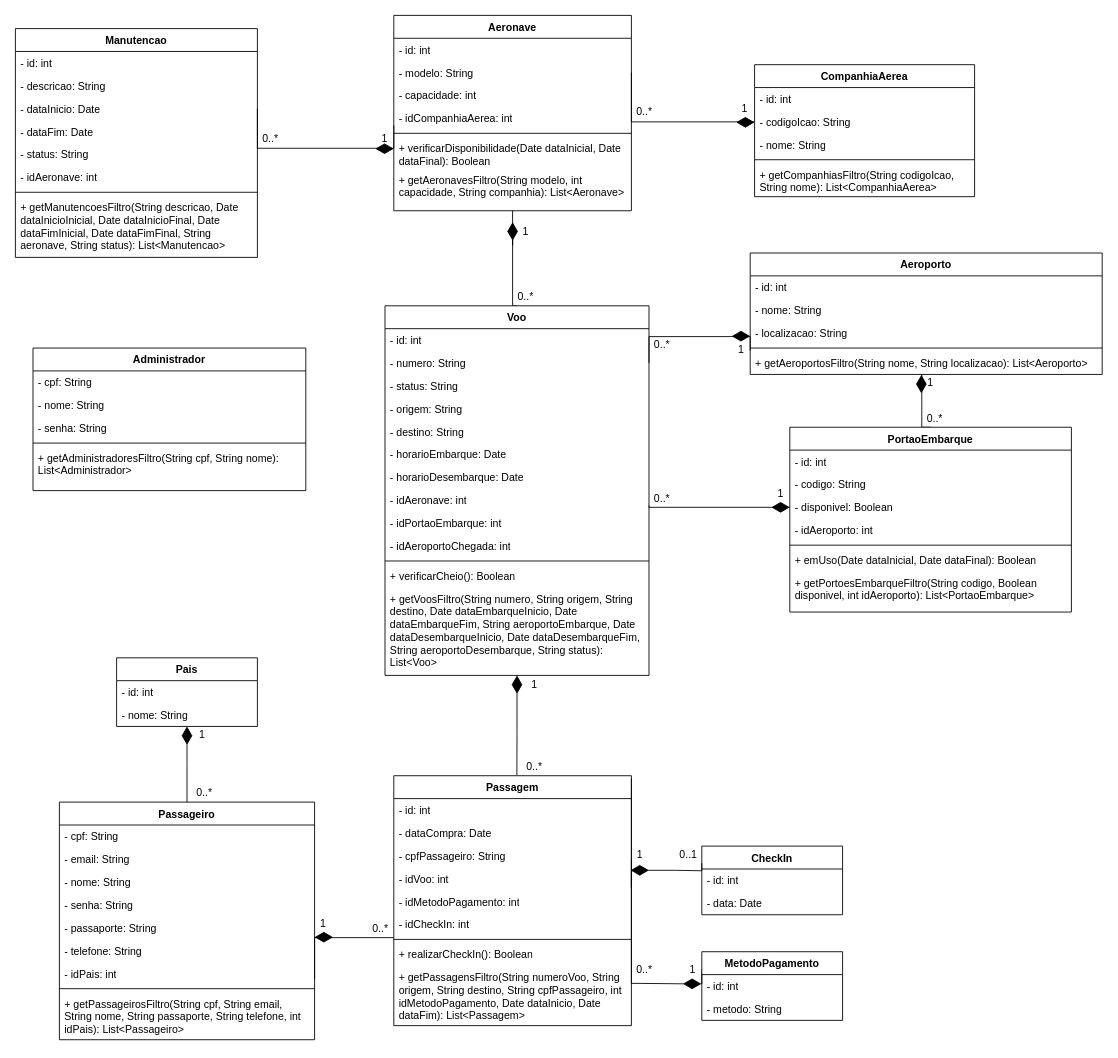
GabrielGMori/trabalho-conclus-o-ano keeps this draw.io diagram as Diagramas/Eng_de_Software/Modelos/Classes.drawio. Above is the earlier version. Source tidied: cells renumbered, new cells numbered last; positions are measured from the earlier drawing's top-left corner, leaving out a move shared by most shapes. Both pictures are drawn from the tidied source at 88%, with x=0, y=0 at pixel (15, 15).
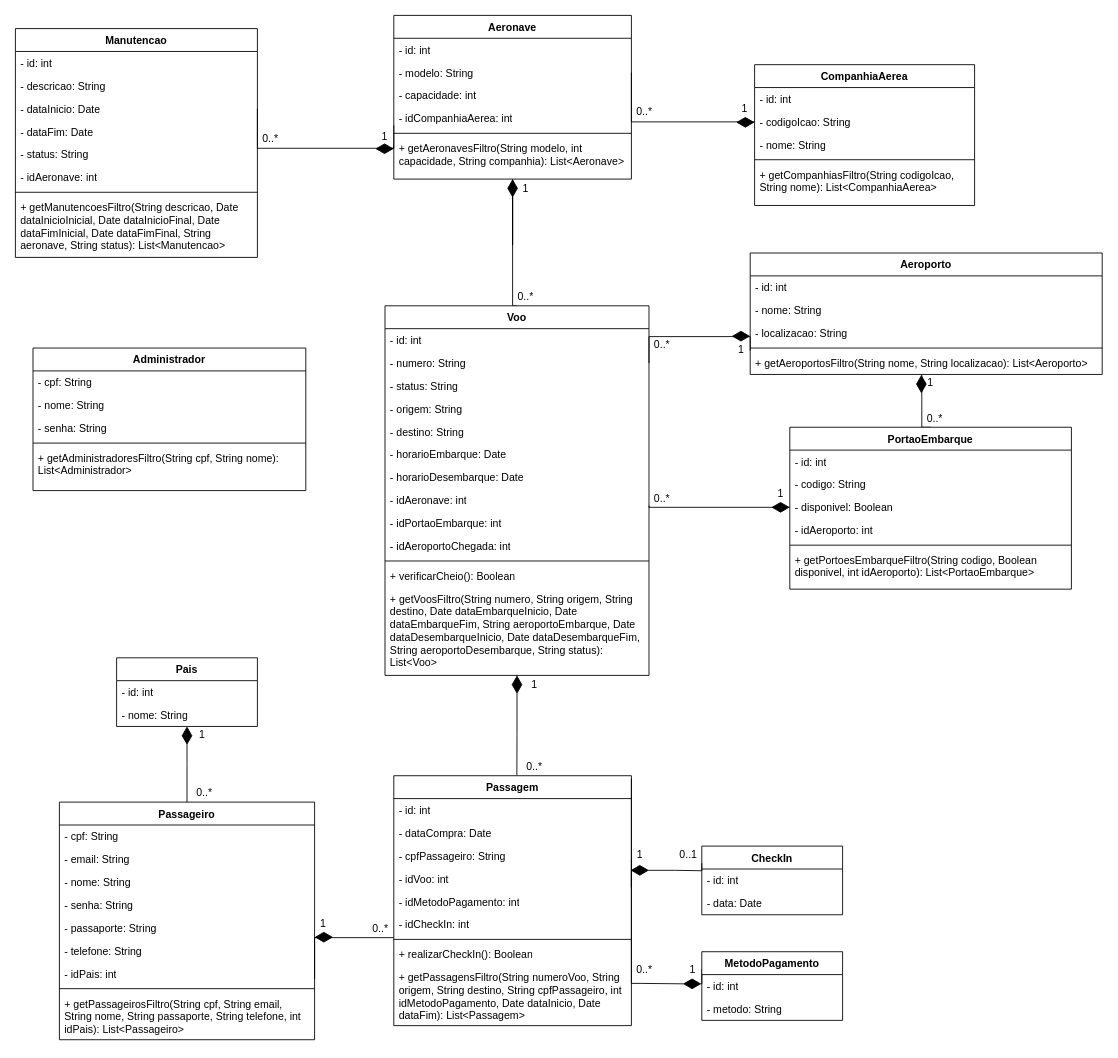
The same diagram, later.

Change to the diagram source:
```diff
@@
     <mxCell id="12" value="Aeronave" style="swimlane;fontStyle=1;align=center;verticalAlign=top;horizontal=1;startSize=26;whiteSpace=wrap;html=1;" parent="1" vertex="1">
-      <mxGeometry x="430" width="270" height="222" as="geometry" />
+      <mxGeometry x="430" width="270" height="186" as="geometry" />
     </mxCell>
@@
-    <mxCell id="18" value="+ verificarDisponibilidade(Date dataInicial, Date dataFinal): Boolean" style="text;strokeColor=none;fillColor=none;align=left;verticalAlign=top;spacingLeft=4;spacingRight=4;overflow=hidden;whiteSpace=wrap;html=1;" parent="12" vertex="1">
-      <mxGeometry y="138" width="270" height="36" as="geometry" />
-    </mxCell>
     <mxCell id="19" value="&lt;div&gt;+ &lt;font&gt;getA&lt;/font&gt;&lt;font&gt;eronavesFiltro&lt;/font&gt;(String modelo, int capacidade, String companhia): List&amp;lt;Aeronave&amp;gt;&lt;/div&gt;" style="text;strokeColor=none;fillColor=none;align=left;verticalAlign=top;spacingLeft=4;spacingRight=4;overflow=hidden;whiteSpace=wrap;html=1;" parent="12" vertex="1">
-      <mxGeometry y="174" width="270" height="48" as="geometry" />
+      <mxGeometry y="138" width="270" height="48" as="geometry" />
     </mxCell>
     <mxCell id="20" value="CompanhiaAerea" style="swimlane;fontStyle=1;align=center;verticalAlign=top;horizontal=1;startSize=26;whiteSpace=wrap;html=1;" parent="1" vertex="1">
-      <mxGeometry x="840" y="56" width="250" height="150" as="geometry" />
+      <mxGeometry x="840" y="56" width="250" height="160" as="geometry" />
     </mxCell>
@@
     <mxCell id="25" value="&lt;div&gt;+ &lt;font&gt;get&lt;/font&gt;Companhia&lt;font&gt;sFiltro&lt;/font&gt;(String codigoIcao, String nome): List&amp;lt;CompanhiaAerea&amp;gt;&lt;/div&gt;" style="text;strokeColor=none;fillColor=none;align=left;verticalAlign=top;spacingLeft=4;spacingRight=4;overflow=hidden;whiteSpace=wrap;html=1;" parent="20" vertex="1">
-      <mxGeometry y="112" width="250" height="38" as="geometry" />
+      <mxGeometry y="112" width="250" height="48" as="geometry" />
     </mxCell>
@@
     <mxCell id="43" value="PortaoEmbarque" style="swimlane;fontStyle=1;align=center;verticalAlign=top;horizontal=1;startSize=26;whiteSpace=wrap;html=1;" parent="1" vertex="1">
-      <mxGeometry x="880" y="468" width="320" height="210" as="geometry" />
+      <mxGeometry x="880" y="468" width="320" height="184" as="geometry" />
     </mxCell>
@@
-    <mxCell id="49" value="&lt;div&gt;+ emUso(Date dataInicial, Date dataFinal): Boolean&lt;/div&gt;" style="text;strokeColor=none;fillColor=none;align=left;verticalAlign=top;spacingLeft=4;spacingRight=4;overflow=hidden;whiteSpace=wrap;html=1;" parent="43" vertex="1">
-      <mxGeometry y="138" width="320" height="26" as="geometry" />
-    </mxCell>
     <mxCell id="50" value="&lt;div&gt;+ &lt;font&gt;get&lt;/font&gt;Portoe&lt;font&gt;sEmbarqueFiltro&lt;/font&gt;(String codigo, Boolean disponivel, int idAeroporto): List&amp;lt;PortaoEmbarque&amp;gt;&lt;/div&gt;" style="text;strokeColor=none;fillColor=none;align=left;verticalAlign=top;spacingLeft=4;spacingRight=4;overflow=hidden;whiteSpace=wrap;html=1;" parent="43" vertex="1">
-      <mxGeometry y="164" width="320" height="46" as="geometry" />
+      <mxGeometry y="138" width="320" height="46" as="geometry" />
     </mxCell>
@@
     <mxCell id="99" value="1" style="text;html=1;align=center;verticalAlign=middle;whiteSpace=wrap;rounded=0;" parent="1" vertex="1">
-      <mxGeometry x="410" y="130" width="20" height="20" as="geometry" />
+      <mxGeometry x="410" y="128" width="20" height="20" as="geometry" />
     </mxCell>
@@
     <mxCell id="103" value="1" style="text;html=1;align=center;verticalAlign=middle;whiteSpace=wrap;rounded=0;" parent="1" vertex="1">
-      <mxGeometry x="570" y="235.5" width="20" height="20" as="geometry" />
+      <mxGeometry x="570" y="187" width="20" height="20" as="geometry" />
     </mxCell>
@@
     <mxCell id="137" style="rhombus;whiteSpace=wrap;html=1;fillColor=#000000;rotation=-90;" parent="1" vertex="1">
-      <mxGeometry x="555.5" y="240" width="19" height="11" as="geometry" />
+      <mxGeometry x="555.5" y="191" width="19" height="11" as="geometry" />
     </mxCell>
```
